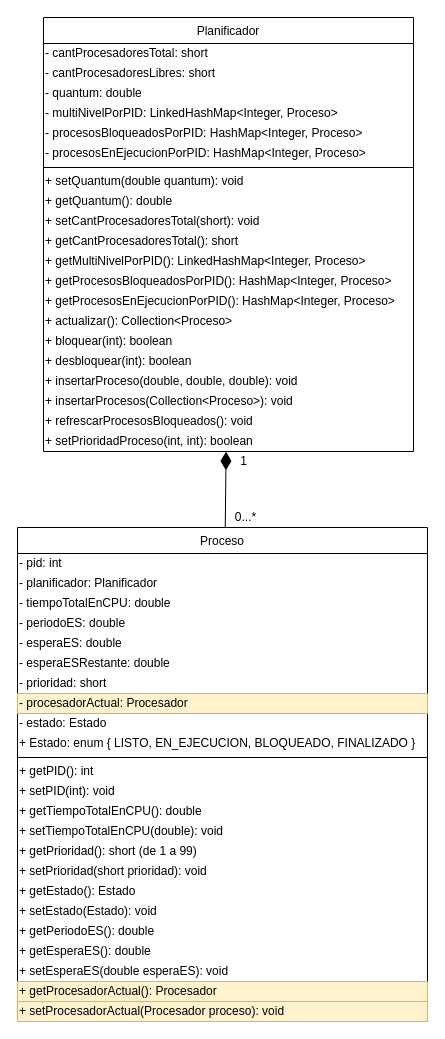
WalterTano/SO14 keeps this draw.io diagram as Documentacion/Diagrama de clase.drawio. Above is the earlier version. Source tidied: cells renumbered, new cells numbered last; positions are measured from the earlier drawing's top-left corner, leaving out a move shared by most shapes. Both pictures are drawn from the tidied source at 100%, with x=0, y=0 at pixel (17, 17).
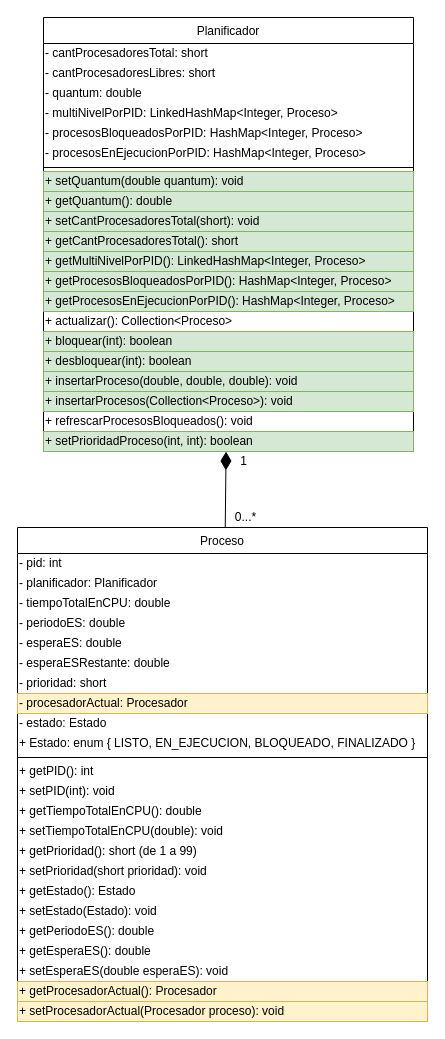
The same page after the edit.

Commit message (it also covers changes not shown here):
Trabajamos en envejecimiento de Proceso y otros

Unchanged cells that the change refers to:
```xml
<mxCell id="2" value="Planificador" style="swimlane;fontStyle=0;align=center;verticalAlign=top;horizontal=1;startSize=26;rounded=0;shadow=0;strokeWidth=1;" parent="1" vertex="1">
  <mxGeometry x="26" width="370" height="434" as="geometry" />
</mxCell>
```

The edit, as a diff of the source:
```diff
@@
-    <mxCell id="10" value="+ setQuantum(double quantum): void" style="text;html=1;align=left;verticalAlign=middle;strokeColor=none;fillColor=none;" parent="2" vertex="1">
+    <mxCell id="10" value="+ setQuantum(double quantum): void" style="text;html=1;align=left;verticalAlign=middle;strokeColor=#82b366;fillColor=#d5e8d4;" parent="2" vertex="1">
       <mxGeometry y="154" width="370" height="20" as="geometry" />
     </mxCell>
-    <mxCell id="11" value="+ getQuantum(): double" style="text;html=1;align=left;verticalAlign=middle;strokeColor=none;fillColor=none;" parent="2" vertex="1">
+    <mxCell id="11" value="+ getQuantum(): double" style="text;html=1;align=left;verticalAlign=middle;strokeColor=#82b366;fillColor=#d5e8d4;" parent="2" vertex="1">
       <mxGeometry y="174" width="370" height="20" as="geometry" />
     </mxCell>
-    <mxCell id="12" value="+ setCantProcesadoresTotal(short): void" style="text;html=1;align=left;verticalAlign=middle;strokeColor=none;fillColor=none;" parent="2" vertex="1">
+    <mxCell id="12" value="+ setCantProcesadoresTotal(short): void" style="text;html=1;align=left;verticalAlign=middle;strokeColor=#82b366;fillColor=#d5e8d4;" parent="2" vertex="1">
       <mxGeometry y="194" width="370" height="20" as="geometry" />
     </mxCell>
-    <mxCell id="13" value="+ getCantProcesadoresTotal(): short" style="text;html=1;align=left;verticalAlign=middle;strokeColor=none;fillColor=none;" parent="2" vertex="1">
+    <mxCell id="13" value="+ getCantProcesadoresTotal(): short" style="text;html=1;align=left;verticalAlign=middle;strokeColor=#82b366;fillColor=#d5e8d4;" parent="2" vertex="1">
       <mxGeometry y="214" width="370" height="20" as="geometry" />
     </mxCell>
-    <mxCell id="14" value="+ getMultiNivelPorPID(): LinkedHashMap&amp;lt;Integer, Proceso&amp;gt;" style="text;html=1;align=left;verticalAlign=middle;strokeColor=none;fillColor=none;" parent="2" vertex="1">
+    <mxCell id="14" value="+ getMultiNivelPorPID(): LinkedHashMap&amp;lt;Integer, Proceso&amp;gt;" style="text;html=1;align=left;verticalAlign=middle;strokeColor=#82b366;fillColor=#d5e8d4;" parent="2" vertex="1">
       <mxGeometry y="234" width="370" height="20" as="geometry" />
     </mxCell>
-    <mxCell id="15" value="+ getProcesosBloqueadosPorPID(): HashMap&amp;lt;Integer, Proceso&amp;gt;" style="text;html=1;align=left;verticalAlign=middle;strokeColor=none;fillColor=none;" parent="2" vertex="1">
+    <mxCell id="15" value="+ getProcesosBloqueadosPorPID(): HashMap&amp;lt;Integer, Proceso&amp;gt;" style="text;html=1;align=left;verticalAlign=middle;strokeColor=#82b366;fillColor=#d5e8d4;" parent="2" vertex="1">
       <mxGeometry y="254" width="370" height="20" as="geometry" />
     </mxCell>
-    <mxCell id="16" value="+ getProcesosEnEjecucionPorPID(): HashMap&amp;lt;Integer, Proceso&amp;gt;" style="text;html=1;align=left;verticalAlign=middle;strokeColor=none;fillColor=none;" parent="2" vertex="1">
+    <mxCell id="16" value="+ getProcesosEnEjecucionPorPID(): HashMap&amp;lt;Integer, Proceso&amp;gt;" style="text;html=1;align=left;verticalAlign=middle;strokeColor=#82b366;fillColor=#d5e8d4;" parent="2" vertex="1">
       <mxGeometry y="274" width="370" height="20" as="geometry" />
     </mxCell>
-    <mxCell id="17" value="+ actualizar(): Collection&amp;lt;Proceso&amp;gt;" style="text;html=1;align=left;verticalAlign=middle;strokeColor=none;fillColor=none;" parent="2" vertex="1">
+    <mxCell id="17" value="+ actualizar(): Collection&amp;lt;Proceso&amp;gt;" style="text;html=1;align=left;verticalAlign=middle;" parent="2" vertex="1">
       <mxGeometry y="294" width="370" height="20" as="geometry" />
     </mxCell>
-    <mxCell id="18" value="+ bloquear(int): boolean" style="text;html=1;align=left;verticalAlign=middle;strokeColor=none;fillColor=none;" parent="2" vertex="1">
+    <mxCell id="18" value="+ bloquear(int): boolean" style="text;html=1;align=left;verticalAlign=middle;strokeColor=#82b366;fillColor=#d5e8d4;" parent="2" vertex="1">
       <mxGeometry y="314" width="370" height="20" as="geometry" />
     </mxCell>
-    <mxCell id="19" value="+ desbloquear(int): boolean" style="text;html=1;align=left;verticalAlign=middle;strokeColor=none;fillColor=none;" parent="2" vertex="1">
+    <mxCell id="19" value="+ desbloquear(int): boolean" style="text;html=1;align=left;verticalAlign=middle;strokeColor=#82b366;fillColor=#d5e8d4;" parent="2" vertex="1">
       <mxGeometry y="334" width="370" height="20" as="geometry" />
     </mxCell>
-    <mxCell id="20" value="+ insertarProceso(double, double, double): void" style="text;html=1;align=left;verticalAlign=middle;strokeColor=none;fillColor=none;" parent="2" vertex="1">
+    <mxCell id="20" value="+ insertarProceso(double, double, double): void" style="text;html=1;align=left;verticalAlign=middle;strokeColor=#82b366;fillColor=#d5e8d4;" parent="2" vertex="1">
       <mxGeometry y="354" width="370" height="20" as="geometry" />
     </mxCell>
-    <mxCell id="21" value="+ insertarProcesos(Collection&amp;lt;Proceso&amp;gt;): void" style="text;html=1;align=left;verticalAlign=middle;strokeColor=none;fillColor=none;" parent="2" vertex="1">
+    <mxCell id="21" value="+ insertarProcesos(Collection&amp;lt;Proceso&amp;gt;): void" style="text;html=1;align=left;verticalAlign=middle;strokeColor=#82b366;fillColor=#d5e8d4;" parent="2" vertex="1">
       <mxGeometry y="374" width="370" height="20" as="geometry" />
     </mxCell>
-    <mxCell id="22" value="+ refrescarProcesosBloqueados(): void" style="text;html=1;align=left;verticalAlign=middle;strokeColor=none;fillColor=none;" parent="2" vertex="1">
+    <mxCell id="22" value="+ refrescarProcesosBloqueados(): void" style="text;html=1;align=left;verticalAlign=middle;" parent="2" vertex="1">
       <mxGeometry y="394" width="370" height="20" as="geometry" />
     </mxCell>
-    <mxCell id="23" value="+ setPrioridadProceso(int, int): boolean" style="text;html=1;align=left;verticalAlign=middle;strokeColor=none;fillColor=none;" parent="2" vertex="1">
+    <mxCell id="23" value="+ setPrioridadProceso(int, int): boolean" style="text;html=1;align=left;verticalAlign=middle;strokeColor=#82b366;fillColor=#d5e8d4;" parent="2" vertex="1">
       <mxGeometry y="414" width="370" height="20" as="geometry" />
     </mxCell>
```
